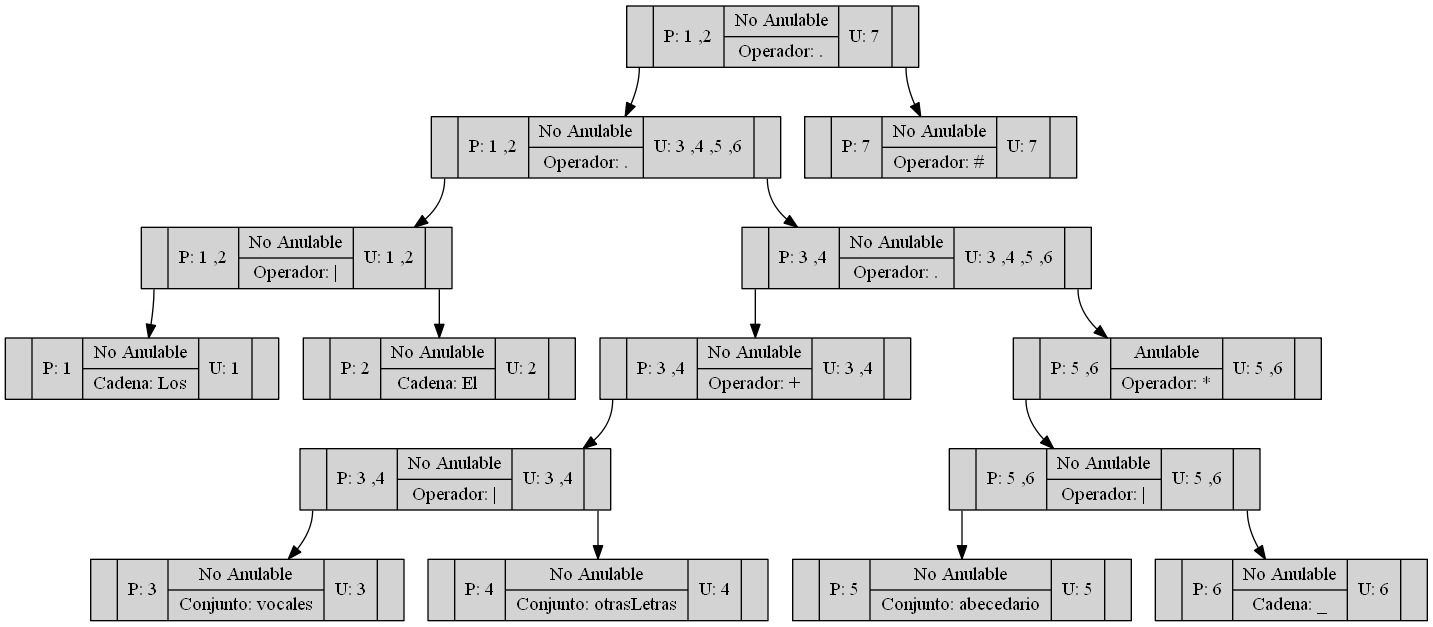
Above: OLC1_Practica1_201701133/Arbol0.png in SelvinLP/-OLC1-Practica1_201701133 (Graphviz), before the change. Its source is kept beside it as OLC1_Practica1_201701133/Arbol0.dot.
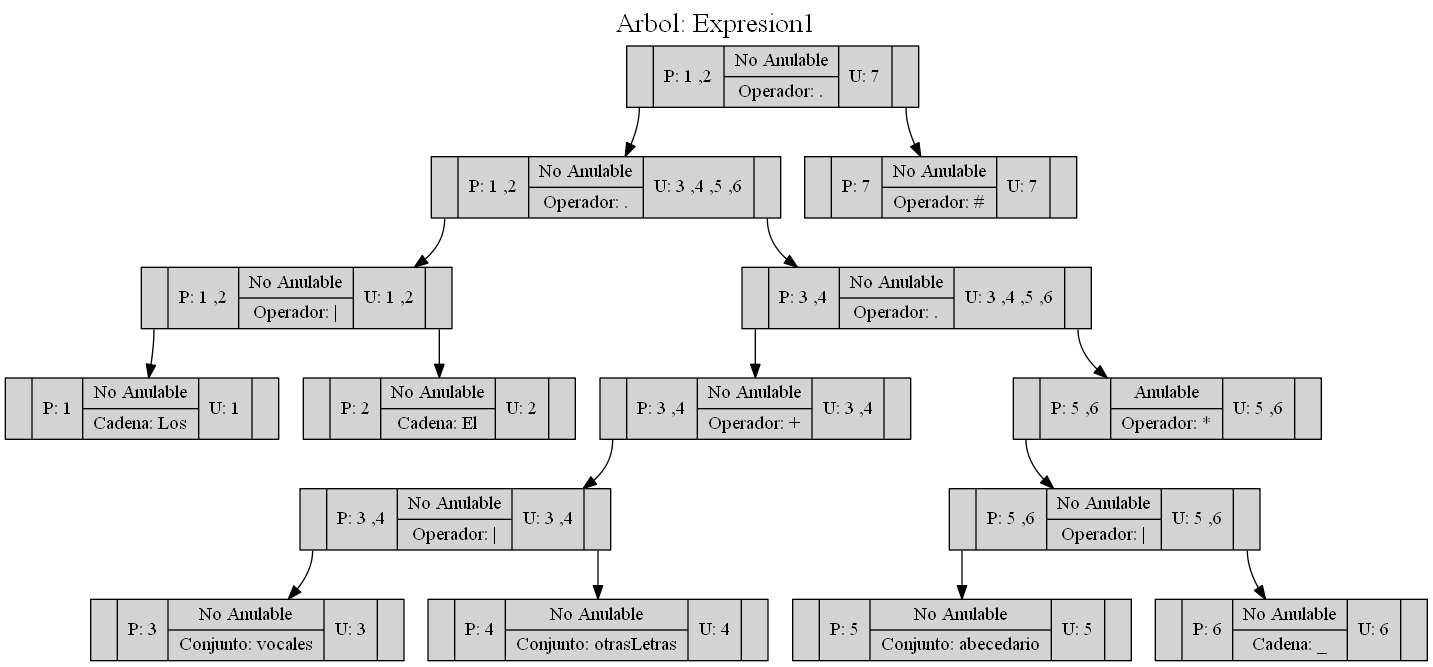
The same file after the commit.

What changed in the source:
```diff
@@ -1,5 +1,5 @@
 digraph ARBOL {
-rankdir=TB
+graph [label="Arbol: Expresion1", labelloc=t, fontsize=20]; rankdir=TB
 node[shape=record,style=filled]
 "0"[label ="<C0>|P: 1 ,2|{<C1>No Anulable|Operador: \.}|U: 7|<C2>"];
 "2"[label ="<C0>|P: 1 ,2|{<C1>No Anulable|Operador: \.}|U: 3 ,4 ,5 ,6|<C2>"];
```
